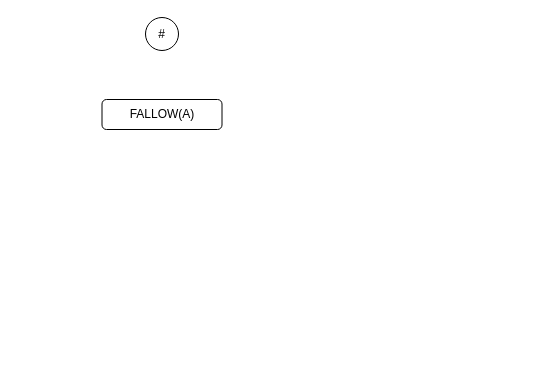
This is 测试.drawio from ZYNsama666/BackUp, a draw.io file, before an edit. Source tidied: cells renumbered, new cells numbered last; positions are measured from the earlier drawing's top-left corner, leaving out a move shared by most shapes. Both pictures are drawn from the tidied source at 100%, with x=0, y=0 at pixel (102, 17).
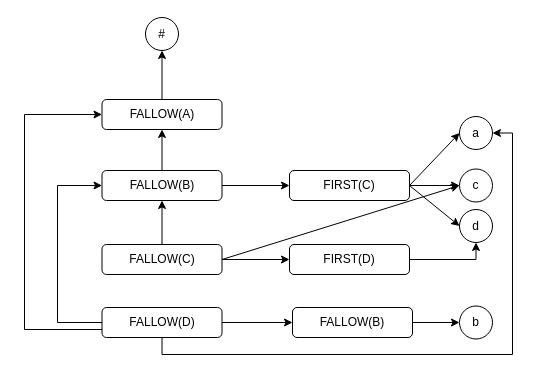
The same diagram, later.

The change refers to these unchanged cells:
```xml
<mxCell id="2" value="FALLOW(A)" style="rounded=1;whiteSpace=wrap;html=1;" parent="1" vertex="1">
  <mxGeometry x="-0.5" y="82" width="120" height="30" as="geometry" />
</mxCell>
<mxCell id="3" value="#" style="ellipse;whiteSpace=wrap;html=1;" parent="1" vertex="1">
  <mxGeometry x="43" width="33" height="33" as="geometry" />
</mxCell>
```

What changed in the source:
```diff
@@
+    <mxCell id="4" style="edgeStyle=orthogonalEdgeStyle;rounded=0;jettySize=auto;html=1;entryX=0.5;entryY=1;entryDx=0;entryDy=0;" parent="1" edge="1" source="2" target="3">
+      <mxGeometry relative="1" as="geometry" />
+    </mxCell>
@@
+    <mxCell id="5" style="edgeStyle=orthogonalEdgeStyle;rounded=0;jettySize=auto;html=1;" parent="1" edge="1" source="7" target="16">
+      <mxGeometry relative="1" as="geometry" />
+    </mxCell>
+    <mxCell id="6" style="edgeStyle=orthogonalEdgeStyle;rounded=0;jettySize=auto;html=1;entryX=0.5;entryY=1;entryDx=0;entryDy=0;" parent="1" edge="1" source="7" target="2">
+      <mxGeometry relative="1" as="geometry" />
+    </mxCell>
+    <mxCell id="7" value="FALLOW(B)" style="rounded=1;whiteSpace=wrap;html=1;" parent="1" vertex="1">
+      <mxGeometry x="-0.5" y="153" width="120" height="30" as="geometry" />
+    </mxCell>
+    <mxCell id="8" style="edgeStyle=orthogonalEdgeStyle;rounded=0;jettySize=auto;html=1;entryX=0.5;entryY=1;entryDx=0;entryDy=0;" parent="1" edge="1" source="10" target="7">
+      <mxGeometry relative="1" as="geometry" />
+    </mxCell>
+    <mxCell id="9" style="edgeStyle=orthogonalEdgeStyle;rounded=0;jettySize=auto;html=1;" parent="1" edge="1" source="10" target="25">
+      <mxGeometry relative="1" as="geometry" />
+    </mxCell>
+    <mxCell id="10" value="FALLOW(C)" style="rounded=1;whiteSpace=wrap;html=1;" parent="1" vertex="1">
+      <mxGeometry x="-0.5" y="227" width="120" height="30" as="geometry" />
+    </mxCell>
+    <mxCell id="11" style="edgeStyle=orthogonalEdgeStyle;rounded=0;jettySize=auto;html=1;entryX=0;entryY=0.5;entryDx=0;entryDy=0;" parent="1" edge="1" source="15" target="2">
+      <mxGeometry relative="1" as="geometry">
+        <Array as="points">
+          <mxPoint x="-78" y="312" />
+          <mxPoint x="-78" y="97" />
+        </Array>
+      </mxGeometry>
+    </mxCell>
+    <mxCell id="12" style="edgeStyle=orthogonalEdgeStyle;rounded=0;jettySize=auto;html=1;entryX=0;entryY=0.5;entryDx=0;entryDy=0;" parent="1" edge="1" source="15" target="7">
+      <mxGeometry relative="1" as="geometry">
+        <Array as="points">
+          <mxPoint x="-45" y="305" />
+          <mxPoint x="-45" y="168" />
+        </Array>
+      </mxGeometry>
+    </mxCell>
+    <mxCell id="13" style="edgeStyle=orthogonalEdgeStyle;rounded=0;jettySize=auto;html=1;entryX=1;entryY=0.5;entryDx=0;entryDy=0;" parent="1" edge="1" source="15" target="17">
+      <mxGeometry relative="1" as="geometry">
+        <Array as="points">
+          <mxPoint x="59" y="337" />
+          <mxPoint x="410" y="337" />
+          <mxPoint x="410" y="116" />
+        </Array>
+      </mxGeometry>
+    </mxCell>
+    <mxCell id="14" style="edgeStyle=orthogonalEdgeStyle;rounded=0;jettySize=auto;html=1;" parent="1" edge="1" source="15" target="27">
+      <mxGeometry relative="1" as="geometry" />
+    </mxCell>
+    <mxCell id="15" value="FALLOW(D)" style="rounded=1;whiteSpace=wrap;html=1;" parent="1" vertex="1">
+      <mxGeometry x="-0.5" y="290" width="120" height="30" as="geometry" />
+    </mxCell>
+    <mxCell id="16" value="FIRST(C)" style="rounded=1;whiteSpace=wrap;html=1;" parent="1" vertex="1">
+      <mxGeometry x="187" y="153" width="120" height="30" as="geometry" />
+    </mxCell>
+    <mxCell id="17" value="a" style="ellipse;whiteSpace=wrap;html=1;" parent="1" vertex="1">
+      <mxGeometry x="357" y="99" width="33" height="33" as="geometry" />
+    </mxCell>
+    <mxCell id="18" value="c" style="ellipse;whiteSpace=wrap;html=1;" parent="1" vertex="1">
+      <mxGeometry x="357" y="151.5" width="33" height="33" as="geometry" />
+    </mxCell>
+    <mxCell id="19" value="d" style="ellipse;whiteSpace=wrap;html=1;" parent="1" vertex="1">
+      <mxGeometry x="357" y="192" width="33" height="33" as="geometry" />
+    </mxCell>
+    <mxCell id="20" style="endArrow=classic;html=1;rounded=0;exitX=1;exitY=0.5;exitDx=0;exitDy=0;entryX=0;entryY=0.5;entryDx=0;entryDy=0;" parent="1" edge="1" source="16" target="17">
+      <mxGeometry relative="1" as="geometry" />
+    </mxCell>
+    <mxCell id="21" style="endArrow=classic;html=1;rounded=0;exitX=1;exitY=0.5;exitDx=0;exitDy=0;entryX=0;entryY=0.5;entryDx=0;entryDy=0;" parent="1" edge="1" source="16" target="18">
+      <mxGeometry relative="1" as="geometry" />
+    </mxCell>
+    <mxCell id="22" style="endArrow=classic;html=1;rounded=0;exitX=1;exitY=0.5;exitDx=0;exitDy=0;entryX=0;entryY=0.5;entryDx=0;entryDy=0;" parent="1" edge="1" source="16" target="19">
+      <mxGeometry relative="1" as="geometry" />
+    </mxCell>
+    <mxCell id="23" style="endArrow=classic;html=1;rounded=0;exitX=1;exitY=0.5;exitDx=0;exitDy=0;entryX=0;entryY=0.5;entryDx=0;entryDy=0;" parent="1" edge="1" source="10" target="18">
+      <mxGeometry relative="1" as="geometry" />
+    </mxCell>
+    <mxCell id="24" style="edgeStyle=orthogonalEdgeStyle;rounded=0;jettySize=auto;html=1;entryX=0.5;entryY=1;entryDx=0;entryDy=0;" parent="1" edge="1" source="25" target="19">
+      <mxGeometry relative="1" as="geometry">
+        <Array as="points">
+          <mxPoint x="373" y="242" />
+        </Array>
+      </mxGeometry>
+    </mxCell>
+    <mxCell id="25" value="FIRST(D)" style="rounded=1;whiteSpace=wrap;html=1;" parent="1" vertex="1">
+      <mxGeometry x="187" y="227" width="120" height="30" as="geometry" />
+    </mxCell>
+    <mxCell id="26" style="edgeStyle=orthogonalEdgeStyle;rounded=0;jettySize=auto;html=1;entryX=0;entryY=0.5;entryDx=0;entryDy=0;" parent="1" edge="1" source="27" target="28">
+      <mxGeometry relative="1" as="geometry" />
+    </mxCell>
+    <mxCell id="27" value="FALLOW(B)" style="rounded=1;whiteSpace=wrap;html=1;" parent="1" vertex="1">
+      <mxGeometry x="190" y="290" width="120" height="30" as="geometry" />
+    </mxCell>
+    <mxCell id="28" value="b" style="ellipse;whiteSpace=wrap;html=1;" parent="1" vertex="1">
+      <mxGeometry x="357" y="288.5" width="33" height="33" as="geometry" />
+    </mxCell>
```
